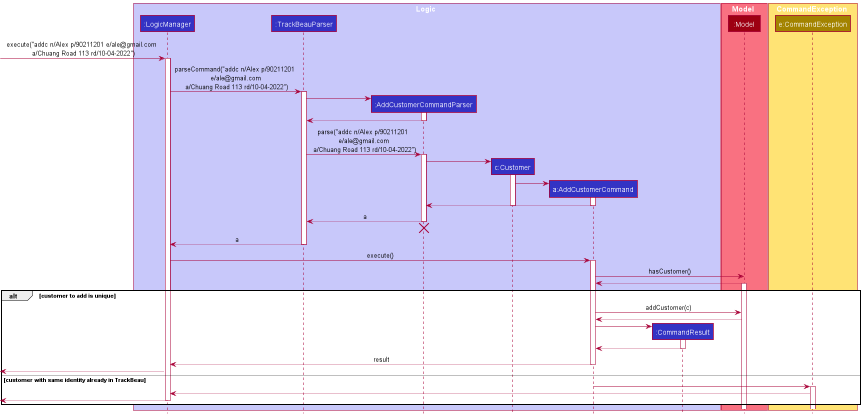
Above: docs/images/AddCustomerSequenceDiagram.png in nus-cs2103-AY2122S2/tp (PlantUML), before the change. The source it was exported from:
```plantuml
@startuml
!include style.puml

box Logic LOGIC_COLOR_T1
participant ":LogicManager" as LogicManager LOGIC_COLOR
participant ":TrackBeauParser" as TrackBeauParser LOGIC_COLOR
participant ":AddCustomerCommandParser" as AddCustomerCommandParser LOGIC_COLOR
participant "c:Customer" as Customer LOGIC_COLOR
participant "a:AddCustomerCommand" as AddCustomerCommand LOGIC_COLOR
participant ":CommandResult" as CommandResult LOGIC_COLOR
end box

box Model MODEL_COLOR_T1
participant ":Model" as Model MODEL_COLOR
end box

box CommandException STORAGE_COLOR_T1
participant "e:CommandException" as CommandException STORAGE_COLOR
end box

[-> LogicManager : execute("addc n/Alex p/90211201 e/ale@gmail.com \n a/Chuang Road 113 rd/10-04-2022")
activate LogicManager

LogicManager -> TrackBeauParser : parseCommand("addc n/Alex p/90211201 \n e/ale@gmail.com \n a/Chuang Road 113 rd/10-04-2022")
activate TrackBeauParser

create AddCustomerCommandParser
TrackBeauParser -> AddCustomerCommandParser
activate AddCustomerCommandParser

AddCustomerCommandParser --> TrackBeauParser
deactivate AddCustomerCommandParser

TrackBeauParser -> AddCustomerCommandParser : parse("addc n/Alex p/90211201 \n e/ale@gmail.com \n a/Chuang Road 113 rd/10-04-2022")
activate AddCustomerCommandParser

create Customer
AddCustomerCommandParser -> Customer
activate Customer

create AddCustomerCommand
Customer -> AddCustomerCommand
activate AddCustomerCommand

AddCustomerCommand --> AddCustomerCommandParser :
deactivate Customer
deactivate AddCustomerCommand

AddCustomerCommandParser --> TrackBeauParser : a
deactivate AddCustomerCommandParser
AddCustomerCommandParser -[hidden]-> TrackBeauParser
destroy AddCustomerCommandParser

TrackBeauParser --> LogicManager : a
deactivate TrackBeauParser

LogicManager -> AddCustomerCommand : execute()
activate AddCustomerCommand

AddCustomerCommand -> Model : hasCustomer()
Model --> AddCustomerCommand
activate Model
alt customer to add is unique
    AddCustomerCommand -> Model : addCustomer(c)
    Model --> AddCustomerCommand

    create CommandResult
    AddCustomerCommand -> CommandResult
    activate CommandResult

    CommandResult --> AddCustomerCommand
    deactivate CommandResult

    AddCustomerCommand --> LogicManager : result
    deactivate AddCustomerCommand

    [<--LogicManager

else customer with same identity already in TrackBeau
AddCustomerCommand -> CommandException
activate CommandException

CommandException --> LogicManager

[<--LogicManager
deactivate LogicManager
end


@enduml
```
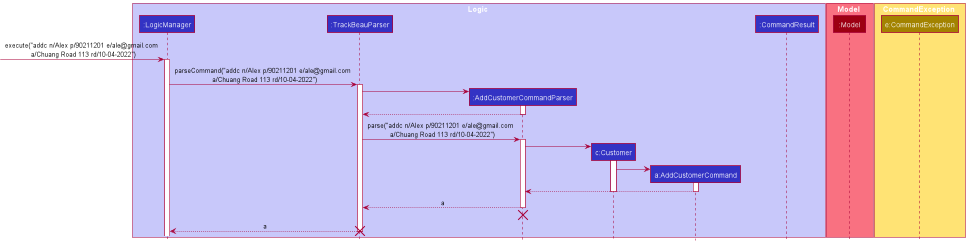
The same diagram one commit later.

Commit message:
Fix sizing of add customer diagram

The edit, as a diff of the source:
```diff
@@ -21,7 +21,7 @@
 [-> LogicManager : execute("addc n/Alex p/90211201 e/ale@gmail.com \n a/Chuang Road 113 rd/10-04-2022")
 activate LogicManager
 
-LogicManager -> TrackBeauParser : parseCommand("addc n/Alex p/90211201 \n e/ale@gmail.com \n a/Chuang Road 113 rd/10-04-2022")
+LogicManager -> TrackBeauParser : parseCommand("addc n/Alex p/90211201 e/ale@gmail.com \n a/Chuang Road 113 rd/10-04-2022")
 activate TrackBeauParser
 
 create AddCustomerCommandParser
@@ -31,7 +31,7 @@
 AddCustomerCommandParser --> TrackBeauParser
 deactivate AddCustomerCommandParser
 
-TrackBeauParser -> AddCustomerCommandParser : parse("addc n/Alex p/90211201 \n e/ale@gmail.com \n a/Chuang Road 113 rd/10-04-2022")
+TrackBeauParser -> AddCustomerCommandParser : parse("addc n/Alex p/90211201 e/ale@gmail.com \n a/Chuang Road 113 rd/10-04-2022")
 activate AddCustomerCommandParser
 
 create Customer
@@ -52,39 +52,7 @@
 destroy AddCustomerCommandParser
 
 TrackBeauParser --> LogicManager : a
-deactivate TrackBeauParser
-
-LogicManager -> AddCustomerCommand : execute()
-activate AddCustomerCommand
-
-AddCustomerCommand -> Model : hasCustomer()
-Model --> AddCustomerCommand
-activate Model
-alt customer to add is unique
-    AddCustomerCommand -> Model : addCustomer(c)
-    Model --> AddCustomerCommand
-
-    create CommandResult
-    AddCustomerCommand -> CommandResult
-    activate CommandResult
-
-    CommandResult --> AddCustomerCommand
-    deactivate CommandResult
-
-    AddCustomerCommand --> LogicManager : result
-    deactivate AddCustomerCommand
-
-    [<--LogicManager
-
-else customer with same identity already in TrackBeau
-AddCustomerCommand -> CommandException
-activate CommandException
-
-CommandException --> LogicManager
-
-[<--LogicManager
-deactivate LogicManager
-end
+destroy TrackBeauParser
 
 
 @enduml
```
